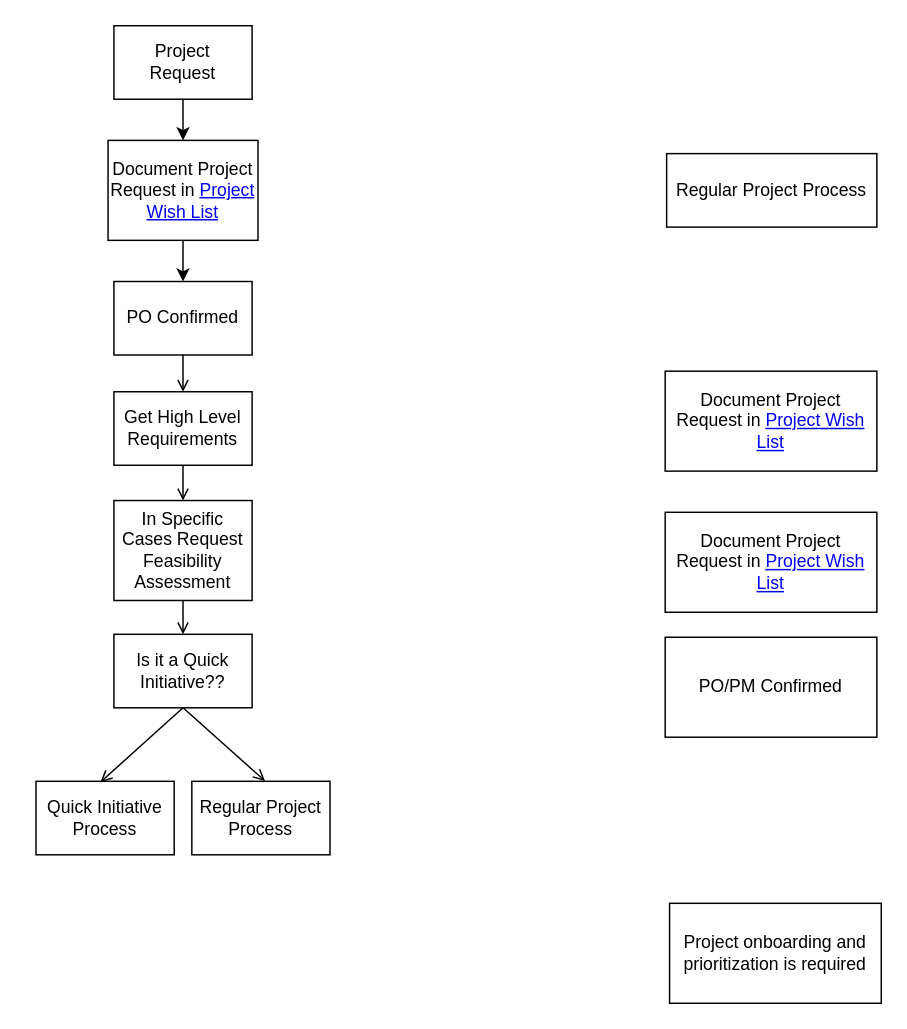
This is BPD Flow Charts.drawio from gilubilu/hello-world, a draw.io file, before an edit. Source tidied: cells renumbered, new cells numbered last; positions are measured from the earlier drawing's top-left corner, leaving out a move shared by most shapes. Both pictures are drawn from the tidied source at 147%, with x=0, y=0 at pixel (35, 25).
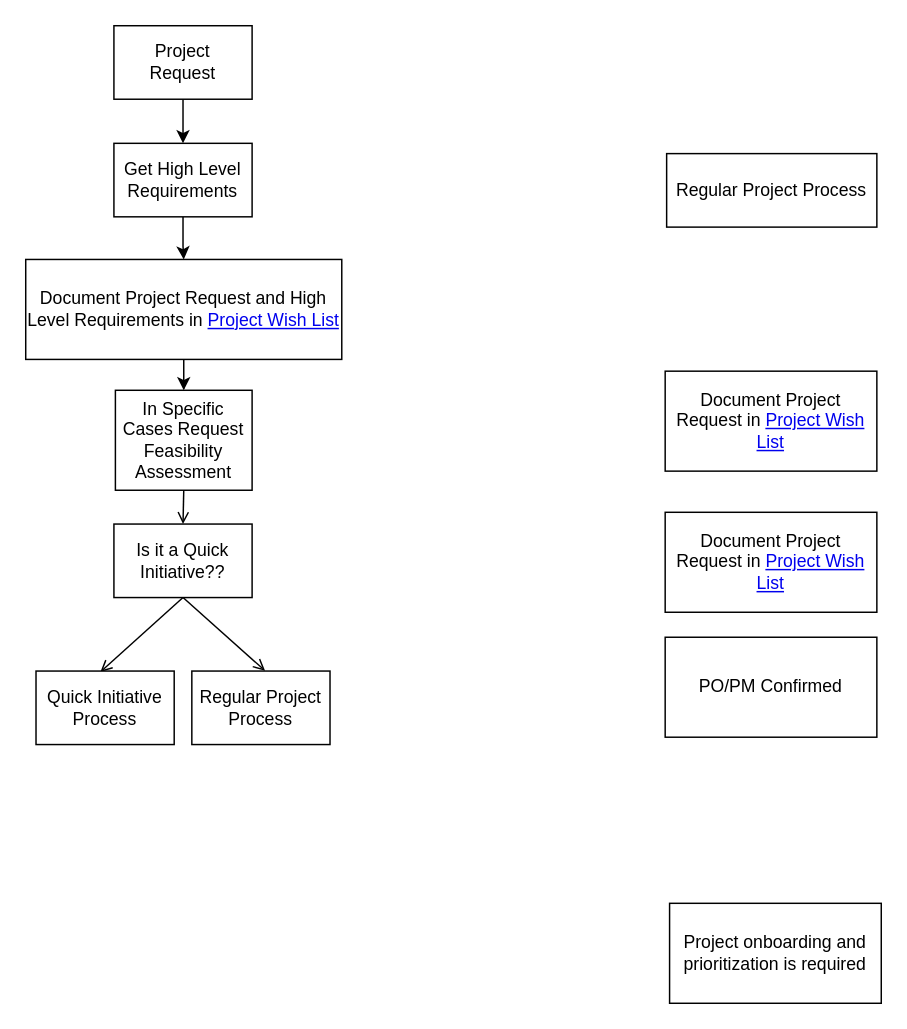
The same diagram, later.

Unchanged cells that the change refers to:
```xml
<mxCell id="3" value="Project &lt;br&gt;Request" style="rounded=0;whiteSpace=wrap;html=1;hachureGap=4;" parent="1" vertex="1">
  <mxGeometry x="53" width="94" height="50" as="geometry" />
</mxCell>
```

What changed in the source:
```diff
@@
-    <mxCell id="2" style="edgeStyle=orthogonalEdgeStyle;rounded=0;jettySize=auto;html=1;exitX=0.5;exitY=1;exitDx=0;exitDy=0;entryX=0.5;entryY=0;entryDx=0;entryDy=0;" parent="1" edge="1" source="3" target="21">
-      <mxGeometry relative="1" as="geometry" />
-    </mxCell>
+    <mxCell id="22" style="edgeStyle=orthogonalEdgeStyle;rounded=0;jettySize=auto;html=1;exitX=0.5;exitY=1;exitDx=0;exitDy=0;entryX=0.5;entryY=0;entryDx=0;entryDy=0;" parent="1" edge="1" source="3" target="5">
+      <mxGeometry relative="1" as="geometry" />
+    </mxCell>
@@
-    <mxCell id="4" style="edgeStyle=none;curved=1;rounded=0;jettySize=auto;html=1;exitX=0.5;exitY=1;exitDx=0;exitDy=0;entryX=0.5;entryY=0;entryDx=0;entryDy=0;endArrow=open;sourcePerimeterSpacing=8;targetPerimeterSpacing=8;" parent="1" edge="1" source="5" target="19">
-      <mxGeometry relative="1" as="geometry" />
-    </mxCell>
+    <mxCell id="23" style="edgeStyle=orthogonalEdgeStyle;rounded=0;jettySize=auto;html=1;exitX=0.5;exitY=1;exitDx=0;exitDy=0;" parent="1" edge="1" source="5" target="21">
+      <mxGeometry relative="1" as="geometry" />
+    </mxCell>
     <mxCell id="5" value="Get High Level Requirements" style="rounded=0;whiteSpace=wrap;html=1;hachureGap=4;" parent="1" vertex="1">
-      <mxGeometry x="53" y="249" width="94" height="50" as="geometry" />
+      <mxGeometry x="53" y="80" width="94" height="50" as="geometry" />
     </mxCell>
@@
     <mxCell id="8" value="Is it a Quick Initiative??" style="rounded=0;whiteSpace=wrap;html=1;hachureGap=4;" parent="1" vertex="1">
-      <mxGeometry x="53" y="414" width="94" height="50" as="geometry" />
+      <mxGeometry x="53" y="339" width="94" height="50" as="geometry" />
     </mxCell>
     <mxCell id="9" value="Quick Initiative&lt;br&gt;Process" style="rounded=0;whiteSpace=wrap;html=1;hachureGap=4;" parent="1" vertex="1">
-      <mxGeometry y="514" width="94" height="50" as="geometry" />
+      <mxGeometry y="439" width="94" height="50" as="geometry" />
     </mxCell>
     <mxCell id="10" value="Regular Project Process" style="rounded=0;whiteSpace=wrap;html=1;hachureGap=4;" parent="1" vertex="1">
-      <mxGeometry x="106" y="514" width="94" height="50" as="geometry" />
+      <mxGeometry x="106" y="439" width="94" height="50" as="geometry" />
     </mxCell>
@@
-    <mxCell id="15" style="edgeStyle=none;curved=1;rounded=0;jettySize=auto;html=1;exitX=0.5;exitY=1;exitDx=0;exitDy=0;entryX=0.5;entryY=0;entryDx=0;entryDy=0;endArrow=open;sourcePerimeterSpacing=8;targetPerimeterSpacing=8;" parent="1" edge="1" source="16" target="5">
-      <mxGeometry relative="1" as="geometry" />
-    </mxCell>
-    <mxCell id="16" value="PO Confirmed" style="rounded=0;whiteSpace=wrap;html=1;hachureGap=4;" parent="1" vertex="1">
-      <mxGeometry x="53" y="174" width="94" height="50" as="geometry" />
-    </mxCell>
@@
     <mxCell id="19" value="In Specific Cases Request Feasibility Assessment" style="rounded=0;whiteSpace=wrap;html=1;hachureGap=4;" parent="1" vertex="1">
-      <mxGeometry x="53" y="323" width="94" height="68" as="geometry" />
+      <mxGeometry x="54" y="248" width="93" height="68" as="geometry" />
     </mxCell>
-    <mxCell id="20" style="edgeStyle=orthogonalEdgeStyle;rounded=0;jettySize=auto;html=1;exitX=0.5;exitY=1;exitDx=0;exitDy=0;entryX=0.5;entryY=0;entryDx=0;entryDy=0;" parent="1" edge="1" source="21" target="16">
-      <mxGeometry relative="1" as="geometry" />
-    </mxCell>
+    <mxCell id="24" style="edgeStyle=orthogonalEdgeStyle;rounded=0;jettySize=auto;html=1;exitX=0.5;exitY=1;exitDx=0;exitDy=0;" parent="1" edge="1" source="21" target="19">
+      <mxGeometry relative="1" as="geometry" />
+    </mxCell>
-    <mxCell id="21" value="Document Project Request in &lt;a href=&quot;http://confluence.corporate.intra:8080/x/ZAHLC&quot;&gt;Project Wish List&lt;/a&gt;" style="rounded=0;whiteSpace=wrap;html=1;hachureGap=4;" parent="1" vertex="1">
-      <mxGeometry x="49" y="78" width="102" height="68" as="geometry" />
+    <mxCell id="21" value="Document Project Request and High Level Requirements in &lt;a href=&quot;http://confluence.corporate.intra:8080/x/ZAHLC&quot;&gt;Project Wish List&lt;/a&gt;" style="rounded=0;whiteSpace=wrap;html=1;hachureGap=4;" parent="1" vertex="1">
+      <mxGeometry x="-7" y="159" width="215" height="68" as="geometry" />
     </mxCell>
```
